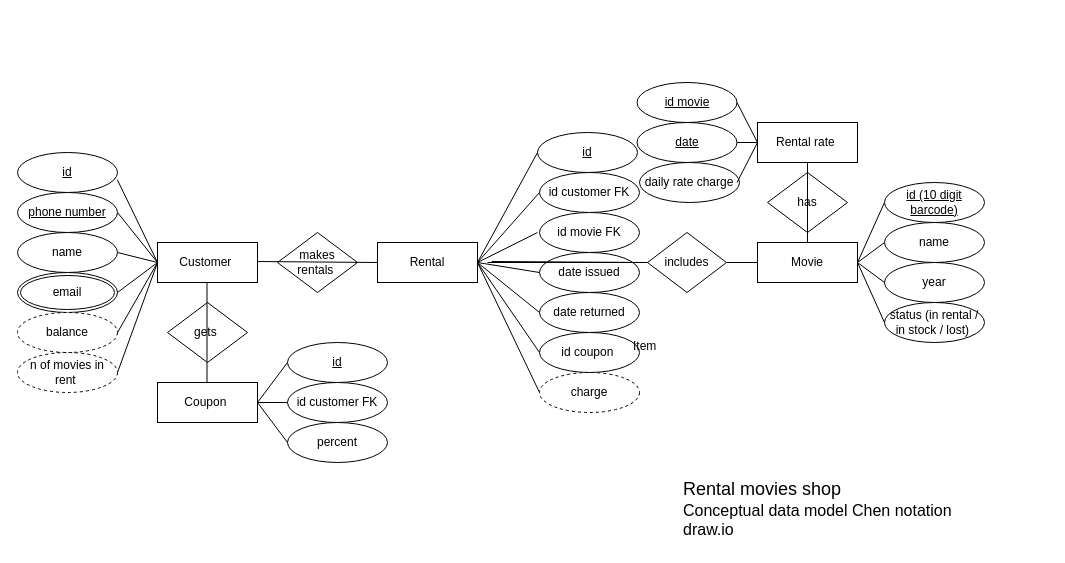
Earlier version of the draw.io diagram conceptual  rental movie shop.drawio (boudzela/data_model_rental_movie_shop). Source tidied: cells renumbered, new cells numbered last; positions are measured from the earlier drawing's top-left corner, leaving out a move shared by most shapes. Both pictures are drawn from the tidied source at 100%, with x=0, y=0 at pixel (17, 82).
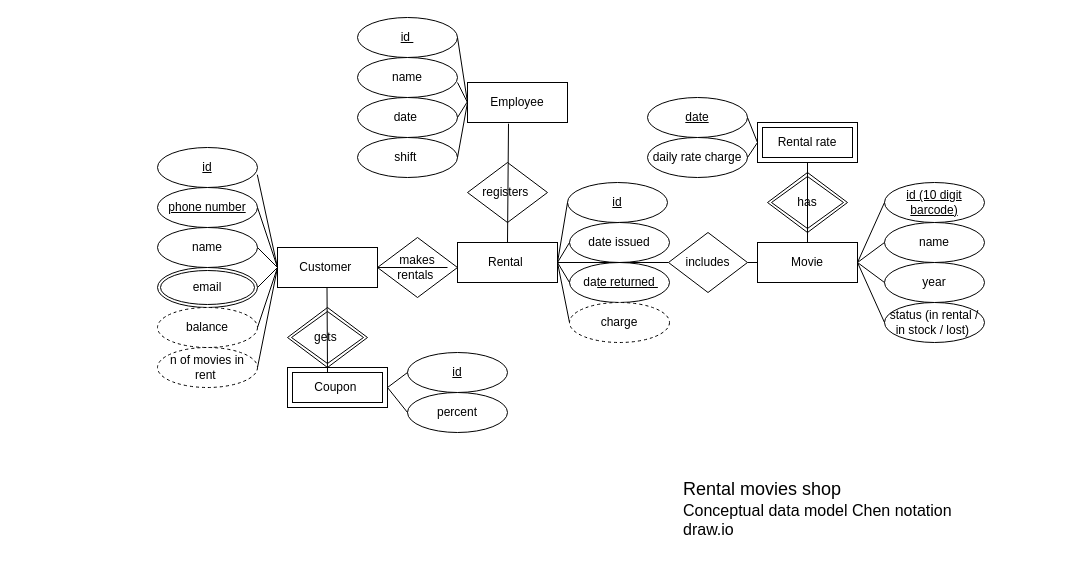
Above is the later version.

Diff of the diagram source:
```diff
@@
     <mxCell id="2" value="Customer&amp;nbsp;" style="whiteSpace=wrap;html=1;align=center;" parent="1" vertex="1">
-      <mxGeometry x="140" y="160" width="100" height="40" as="geometry" />
+      <mxGeometry x="260" y="165" width="100" height="40" as="geometry" />
     </mxCell>
@@
     <mxCell id="4" value="id" style="ellipse;whiteSpace=wrap;html=1;align=center;fontStyle=4;" parent="1" vertex="1">
-      <mxGeometry y="70" width="100" height="40" as="geometry" />
+      <mxGeometry x="140" y="65" width="100" height="40" as="geometry" />
     </mxCell>
     <mxCell id="5" value="phone number" style="ellipse;whiteSpace=wrap;html=1;align=center;fontStyle=4;" parent="1" vertex="1">
-      <mxGeometry y="110" width="100" height="40" as="geometry" />
+      <mxGeometry x="140" y="105" width="100" height="40" as="geometry" />
     </mxCell>
     <mxCell id="6" value="name" style="ellipse;whiteSpace=wrap;html=1;align=center;" parent="1" vertex="1">
-      <mxGeometry y="150" width="100" height="40" as="geometry" />
+      <mxGeometry x="140" y="145" width="100" height="40" as="geometry" />
     </mxCell>
     <mxCell id="7" value="email" style="ellipse;shape=doubleEllipse;margin=3;whiteSpace=wrap;html=1;align=center;" parent="1" vertex="1">
-      <mxGeometry y="190" width="100" height="40" as="geometry" />
+      <mxGeometry x="140" y="185" width="100" height="40" as="geometry" />
     </mxCell>
     <mxCell id="8" style="endArrow=none;html=1;rounded=0;entryX=0;entryY=0.5;entryDx=0;entryDy=0;exitX=0.998;exitY=0.68;exitDx=0;exitDy=0;exitPerimeter=0;" parent="1" edge="1" source="4">
       <mxGeometry relative="1" as="geometry">
-        <mxPoint x="140" y="180" as="targetPoint" />
+        <mxPoint x="260" y="185" as="targetPoint" />
       </mxGeometry>
     </mxCell>
     <mxCell id="9" style="endArrow=none;html=1;rounded=0;exitX=1;exitY=0.5;exitDx=0;exitDy=0;" parent="1" edge="1" source="5">
       <mxGeometry relative="1" as="geometry">
-        <mxPoint x="140" y="180" as="targetPoint" />
+        <mxPoint x="260" y="185" as="targetPoint" />
       </mxGeometry>
     </mxCell>
     <mxCell id="10" style="endArrow=none;html=1;rounded=0;exitX=1;exitY=0.5;exitDx=0;exitDy=0;entryX=0;entryY=0.5;entryDx=0;entryDy=0;" parent="1" edge="1" source="6">
       <mxGeometry relative="1" as="geometry">
-        <mxPoint x="140" y="180" as="targetPoint" />
+        <mxPoint x="260" y="185" as="targetPoint" />
       </mxGeometry>
     </mxCell>
     <mxCell id="11" style="endArrow=none;html=1;rounded=0;entryX=0;entryY=0.5;entryDx=0;entryDy=0;exitX=1;exitY=0.5;exitDx=0;exitDy=0;" parent="1" edge="1" source="7">
       <mxGeometry relative="1" as="geometry">
-        <mxPoint x="140" y="180" as="targetPoint" />
+        <mxPoint x="260" y="185" as="targetPoint" />
       </mxGeometry>
     </mxCell>
@@
-    <mxCell id="20" value="Coupon&amp;nbsp;" style="whiteSpace=wrap;html=1;align=center;" parent="1" vertex="1">
-      <mxGeometry x="140" y="300" width="100" height="40" as="geometry" />
+    <mxCell id="20" value="Coupon&amp;nbsp;" style="shape=ext;margin=3;double=1;whiteSpace=wrap;html=1;align=center;" parent="1" vertex="1">
+      <mxGeometry x="270" y="285" width="100" height="40" as="geometry" />
     </mxCell>
     <mxCell id="21" value="id" style="ellipse;whiteSpace=wrap;html=1;align=center;fontStyle=4;" parent="1" vertex="1">
-      <mxGeometry x="270" y="260" width="100" height="40" as="geometry" />
+      <mxGeometry x="390" y="270" width="100" height="40" as="geometry" />
     </mxCell>
     <mxCell id="22" value="percent" style="ellipse;whiteSpace=wrap;html=1;align=center;" parent="1" vertex="1">
-      <mxGeometry x="270" y="340" width="100" height="40" as="geometry" />
+      <mxGeometry x="390" y="310" width="100" height="40" as="geometry" />
     </mxCell>
-    <mxCell id="23" style="endArrow=none;html=1;rounded=0;entryX=0;entryY=0.5;entryDx=0;entryDy=0;exitX=1;exitY=0.5;exitDx=0;exitDy=0;" parent="1" edge="1" source="20" target="21">
-      <mxGeometry relative="1" as="geometry" />
+    <mxCell id="23" style="endArrow=none;html=1;rounded=0;entryX=0;entryY=0.5;entryDx=0;entryDy=0;exitX=1;exitY=0.5;exitDx=0;exitDy=0;" parent="1" edge="1" source="20">
+      <mxGeometry relative="1" as="geometry">
+        <mxPoint x="390" y="290" as="targetPoint" />
+      </mxGeometry>
     </mxCell>
@@
-    <mxCell id="25" value="id customer FK" style="ellipse;whiteSpace=wrap;html=1;align=center;" parent="1" vertex="1">
-      <mxGeometry x="270" y="300" width="100" height="40" as="geometry" />
-    </mxCell>
-    <mxCell id="26" value="Rental rate&amp;nbsp;" style="whiteSpace=wrap;html=1;align=center;" parent="1" vertex="1">
+    <mxCell id="26" value="Rental rate" style="shape=ext;margin=3;double=1;whiteSpace=wrap;html=1;align=center;" parent="1" vertex="1">
       <mxGeometry x="740" y="40" width="100" height="40" as="geometry" />
     </mxCell>
-    <mxCell id="27" value="id movie" style="ellipse;whiteSpace=wrap;html=1;align=center;fontStyle=4;" parent="1" vertex="1">
-      <mxGeometry x="619.5" width="100" height="40" as="geometry" />
-    </mxCell>
     <mxCell id="28" value="date" style="ellipse;whiteSpace=wrap;html=1;align=center;fontStyle=4;" parent="1" vertex="1">
-      <mxGeometry x="619.5" y="40" width="100" height="40" as="geometry" />
+      <mxGeometry x="630" y="15" width="100" height="40" as="geometry" />
     </mxCell>
     <mxCell id="29" value="daily rate charge" style="ellipse;whiteSpace=wrap;html=1;align=center;" parent="1" vertex="1">
-      <mxGeometry x="622" y="80" width="100" height="40" as="geometry" />
+      <mxGeometry x="630" y="55" width="100" height="40" as="geometry" />
     </mxCell>
-    <mxCell id="30" style="endArrow=none;html=1;rounded=0;entryX=1;entryY=0.5;entryDx=0;entryDy=0;exitX=0;exitY=0.5;exitDx=0;exitDy=0;" parent="1" edge="1" source="26">
-      <mxGeometry relative="1" as="geometry">
-        <mxPoint x="719.5" y="20" as="targetPoint" />
-      </mxGeometry>
-    </mxCell>
-    <mxCell id="31" style="line;strokeWidth=1;dashed=0;labelPosition=right;align=left;verticalAlign=middle;spacingTop=0;spacingLeft=6;" parent="1" vertex="1">
-      <mxGeometry x="719.5" y="55" width="20.5" height="10" as="geometry" />
-    </mxCell>
-    <mxCell id="32" style="endArrow=none;html=1;rounded=0;entryX=1;entryY=0.5;entryDx=0;entryDy=0;exitX=0;exitY=0.5;exitDx=0;exitDy=0;" parent="1" edge="1" source="26">
-      <mxGeometry relative="1" as="geometry">
-        <mxPoint x="719.5" y="100" as="targetPoint" />
-      </mxGeometry>
-    </mxCell>
-    <mxCell id="33" value="Rental" style="whiteSpace=wrap;html=1;align=center;" parent="1" vertex="1">
-      <mxGeometry x="360" y="160" width="100" height="40" as="geometry" />
-    </mxCell>
-    <mxCell id="34" value="id movie FK" style="ellipse;whiteSpace=wrap;html=1;align=center;" parent="1" vertex="1">
-      <mxGeometry x="522" y="130" width="100" height="40" as="geometry" />
-    </mxCell>
     <mxCell id="35" value="id" style="ellipse;whiteSpace=wrap;html=1;align=center;fontStyle=4;" parent="1" vertex="1">
-      <mxGeometry x="520" y="50" width="100" height="40" as="geometry" />
+      <mxGeometry x="550" y="100" width="100" height="40" as="geometry" />
     </mxCell>
     <mxCell id="36" value="date issued" style="ellipse;whiteSpace=wrap;html=1;align=center;" parent="1" vertex="1">
-      <mxGeometry x="522" y="170" width="100" height="40" as="geometry" />
+      <mxGeometry x="552" y="140" width="100" height="40" as="geometry" />
     </mxCell>
     <mxCell id="37" value="date returned" style="ellipse;whiteSpace=wrap;html=1;align=center;" parent="1" vertex="1">
-      <mxGeometry x="522" y="210" width="100" height="40" as="geometry" />
+      <mxGeometry x="552" y="180" width="100" height="40" as="geometry" />
     </mxCell>
     <mxCell id="38" value="balance" style="ellipse;whiteSpace=wrap;html=1;align=center;dashed=1;" parent="1" vertex="1">
-      <mxGeometry y="230" width="100" height="40" as="geometry" />
+      <mxGeometry x="140" y="225" width="100" height="40" as="geometry" />
     </mxCell>
     <mxCell id="39" value="n of movies in rent&amp;nbsp;" style="ellipse;whiteSpace=wrap;html=1;align=center;dashed=1;" parent="1" vertex="1">
-      <mxGeometry y="270" width="100" height="40" as="geometry" />
+      <mxGeometry x="140" y="265" width="100" height="40" as="geometry" />
     </mxCell>
-    <mxCell id="40" value="id customer FK" style="ellipse;whiteSpace=wrap;html=1;align=center;" parent="1" vertex="1">
-      <mxGeometry x="522" y="90" width="100" height="40" as="geometry" />
-    </mxCell>
     <mxCell id="41" value="charge" style="ellipse;whiteSpace=wrap;html=1;align=center;dashed=1;" parent="1" vertex="1">
-      <mxGeometry x="522" y="290" width="100" height="40" as="geometry" />
+      <mxGeometry x="552" y="220" width="100" height="40" as="geometry" />
     </mxCell>
-    <mxCell id="42" value="id coupon&amp;nbsp;" style="ellipse;whiteSpace=wrap;html=1;align=center;" parent="1" vertex="1">
-      <mxGeometry x="522" y="250" width="100" height="40" as="geometry" />
-    </mxCell>
-    <mxCell id="43" style="endArrow=none;html=1;rounded=0;entryX=0;entryY=0.5;entryDx=0;entryDy=0;" parent="1" edge="1" target="35">
-      <mxGeometry relative="1" as="geometry">
-        <mxPoint x="460" y="180" as="sourcePoint" />
-      </mxGeometry>
+    <mxCell id="43" style="endArrow=none;html=1;rounded=0;entryX=0;entryY=0.5;entryDx=0;entryDy=0;exitX=1;exitY=0.5;exitDx=0;exitDy=0;" parent="1" edge="1" source="33" target="35">
+      <mxGeometry relative="1" as="geometry" />
     </mxCell>
-    <mxCell id="44" style="endArrow=none;html=1;rounded=0;entryX=0;entryY=0.5;entryDx=0;entryDy=0;" parent="1" edge="1" target="40">
-      <mxGeometry relative="1" as="geometry">
-        <mxPoint x="460" y="180" as="sourcePoint" />
-      </mxGeometry>
-    </mxCell>
-    <mxCell id="45" style="endArrow=none;html=1;rounded=0;" parent="1" edge="1">
-      <mxGeometry relative="1" as="geometry">
-        <mxPoint x="460" y="180" as="sourcePoint" />
-        <mxPoint x="520" y="150" as="targetPoint" />
-      </mxGeometry>
-    </mxCell>
@@
-    <mxCell id="48" style="endArrow=none;html=1;rounded=0;entryX=0;entryY=0.5;entryDx=0;entryDy=0;" parent="1" edge="1" target="42">
-      <mxGeometry relative="1" as="geometry">
-        <mxPoint x="460" y="180" as="sourcePoint" />
-      </mxGeometry>
-    </mxCell>
-    <mxCell id="49" style="endArrow=none;html=1;rounded=0;entryX=0;entryY=0.5;entryDx=0;entryDy=0;" parent="1" edge="1" target="41">
-      <mxGeometry relative="1" as="geometry">
-        <mxPoint x="460" y="180" as="sourcePoint" />
-      </mxGeometry>
+    <mxCell id="49" style="endArrow=none;html=1;rounded=0;entryX=0;entryY=0.5;entryDx=0;entryDy=0;exitX=1;exitY=0.5;exitDx=0;exitDy=0;" parent="1" edge="1" source="33" target="41">
+      <mxGeometry relative="1" as="geometry" />
     </mxCell>
     <mxCell id="50" style="endArrow=none;html=1;rounded=0;entryX=0;entryY=0.5;entryDx=0;entryDy=0;exitX=1;exitY=0.5;exitDx=0;exitDy=0;" parent="1" edge="1" source="38">
       <mxGeometry relative="1" as="geometry">
-        <mxPoint x="140" y="180" as="targetPoint" />
+        <mxPoint x="260" y="185" as="targetPoint" />
       </mxGeometry>
     </mxCell>
     <mxCell id="51" style="endArrow=none;html=1;rounded=0;exitX=1;exitY=0.5;exitDx=0;exitDy=0;" parent="1" edge="1" source="39">
       <mxGeometry relative="1" as="geometry">
-        <mxPoint x="140" y="180" as="targetPoint" />
+        <mxPoint x="260" y="185" as="targetPoint" />
       </mxGeometry>
     </mxCell>
     <mxCell id="52" value="makes rentals&amp;nbsp;" style="shape=rhombus;perimeter=rhombusPerimeter;whiteSpace=wrap;html=1;align=center;" parent="1" vertex="1">
-      <mxGeometry x="260" y="150" width="80" height="60" as="geometry" />
+      <mxGeometry x="360" y="155" width="80" height="60" as="geometry" />
     </mxCell>
-    <mxCell id="53" style="endArrow=none;html=1;rounded=0;" parent="1" edge="1">
-      <mxGeometry relative="1" as="geometry">
-        <mxPoint x="470" y="180" as="sourcePoint" />
-        <mxPoint x="630" y="180" as="targetPoint" />
-      </mxGeometry>
-    </mxCell>
@@
-    <mxCell id="55" style="endArrow=none;html=1;rounded=0;entryX=0;entryY=0.5;entryDx=0;entryDy=0;" parent="1" edge="1" target="25">
-      <mxGeometry relative="1" as="geometry">
-        <mxPoint x="240" y="320" as="sourcePoint" />
-      </mxGeometry>
-    </mxCell>
-    <mxCell id="56" style="endArrow=none;html=1;rounded=0;" parent="1" edge="1">
+    <mxCell id="56" style="endArrow=none;html=1;rounded=0;exitX=0;exitY=0.5;exitDx=0;exitDy=0;" parent="1" edge="1" source="52">
       <mxGeometry relative="1" as="geometry">
-        <mxPoint x="240" y="179" as="sourcePoint" />
-        <mxPoint x="360" y="180" as="targetPoint" />
+        <mxPoint x="430" y="185" as="targetPoint" />
       </mxGeometry>
     </mxCell>
-    <mxCell id="57" style="endArrow=none;html=1;rounded=0;entryX=0;entryY=0.5;entryDx=0;entryDy=0;" parent="1" edge="1" target="58">
-      <mxGeometry relative="1" as="geometry">
-        <mxPoint x="474" y="179" as="sourcePoint" />
-      </mxGeometry>
+    <mxCell id="57" style="endArrow=none;html=1;rounded=0;entryX=0;entryY=0.5;entryDx=0;entryDy=0;" parent="1" edge="1" source="33" target="58">
+      <mxGeometry relative="1" as="geometry" />
     </mxCell>
     <mxCell id="58" value="includes" style="shape=rhombus;perimeter=rhombusPerimeter;whiteSpace=wrap;html=1;align=center;" parent="1" vertex="1">
-      <mxGeometry x="630" y="150" width="79" height="60" as="geometry" />
+      <mxGeometry x="651" y="150" width="79" height="60" as="geometry" />
     </mxCell>
-    <mxCell id="59" value="gets&amp;nbsp;" style="shape=rhombus;perimeter=rhombusPerimeter;whiteSpace=wrap;html=1;align=center;" parent="1" vertex="1">
-      <mxGeometry x="150" y="220" width="80" height="60" as="geometry" />
+    <mxCell id="59" value="gets&amp;nbsp;" style="shape=rhombus;double=1;perimeter=rhombusPerimeter;whiteSpace=wrap;html=1;align=center;" parent="1" vertex="1">
+      <mxGeometry x="270" y="225" width="80" height="60" as="geometry" />
     </mxCell>
-    <mxCell id="60" value="has" style="shape=rhombus;perimeter=rhombusPerimeter;whiteSpace=wrap;html=1;align=center;" parent="1" vertex="1">
+    <mxCell id="60" value="has" style="shape=rhombus;double=1;perimeter=rhombusPerimeter;whiteSpace=wrap;html=1;align=center;" parent="1" vertex="1">
       <mxGeometry x="750" y="90" width="80" height="60" as="geometry" />
     </mxCell>
     <mxCell id="61" style="endArrow=none;html=1;rounded=0;" parent="1" edge="1">
       <mxGeometry relative="1" as="geometry">
-        <mxPoint x="189.5" y="200" as="sourcePoint" />
-        <mxPoint x="189.5" y="300" as="targetPoint" />
+        <mxPoint x="309.5" y="205" as="sourcePoint" />
+        <mxPoint x="310" y="290" as="targetPoint" />
       </mxGeometry>
     </mxCell>
@@
-    <mxCell id="63" value="Item" style="text;strokeColor=none;fillColor=none;spacingLeft=4;spacingRight=4;overflow=hidden;fontSize=12;whiteSpace=wrap;html=1;" parent="1" vertex="1">
-      <mxGeometry x="610" y="250" width="40" height="30" as="geometry" />
-    </mxCell>
@@
+    <mxCell id="65" style="endArrow=none;html=1;rounded=0;entryX=0;entryY=0.5;entryDx=0;entryDy=0;exitX=1;exitY=0.5;exitDx=0;exitDy=0;" parent="1" edge="1" source="29" target="26">
+      <mxGeometry relative="1" as="geometry" />
+    </mxCell>
+    <mxCell id="66" style="endArrow=none;html=1;rounded=0;exitX=1;exitY=0.5;exitDx=0;exitDy=0;" parent="1" edge="1" source="28">
+      <mxGeometry relative="1" as="geometry">
+        <mxPoint x="740" y="60" as="targetPoint" />
+      </mxGeometry>
+    </mxCell>
+    <mxCell id="67" value="Employee" style="whiteSpace=wrap;html=1;align=center;" parent="1" vertex="1">
+      <mxGeometry x="450" width="100" height="40" as="geometry" />
+    </mxCell>
+    <mxCell id="68" value="registers&amp;nbsp;" style="shape=rhombus;perimeter=rhombusPerimeter;whiteSpace=wrap;html=1;align=center;" parent="1" vertex="1">
+      <mxGeometry x="450" y="80" width="80" height="60" as="geometry" />
+    </mxCell>
+    <mxCell id="69" style="line;strokeWidth=1;dashed=0;labelPosition=right;align=left;verticalAlign=middle;spacingTop=0;spacingLeft=6;" parent="1" vertex="1">
+      <mxGeometry x="580" y="200" width="60" height="10" as="geometry" />
+    </mxCell>
+    <mxCell id="70" style="endArrow=none;html=1;rounded=0;entryX=0.5;entryY=0;entryDx=0;entryDy=0;exitX=0.41;exitY=1.03;exitDx=0;exitDy=0;exitPerimeter=0;" parent="1" edge="1" source="67" target="33">
+      <mxGeometry relative="1" as="geometry" />
+    </mxCell>
+    <mxCell id="71" value="id&amp;nbsp;" style="ellipse;whiteSpace=wrap;html=1;align=center;fontStyle=4;" parent="1" vertex="1">
+      <mxGeometry x="340" y="-65" width="100" height="40" as="geometry" />
+    </mxCell>
+    <mxCell id="72" value="name" style="ellipse;whiteSpace=wrap;html=1;align=center;" parent="1" vertex="1">
+      <mxGeometry x="340" y="-25" width="100" height="40" as="geometry" />
+    </mxCell>
+    <mxCell id="73" value="date&amp;nbsp;" style="ellipse;whiteSpace=wrap;html=1;align=center;" parent="1" vertex="1">
+      <mxGeometry x="340" y="15" width="100" height="40" as="geometry" />
+    </mxCell>
+    <mxCell id="74" value="shift&amp;nbsp;" style="ellipse;whiteSpace=wrap;html=1;align=center;" parent="1" vertex="1">
+      <mxGeometry x="340" y="55" width="100" height="40" as="geometry" />
+    </mxCell>
+    <mxCell id="75" style="line;strokeWidth=1;dashed=0;labelPosition=right;align=left;verticalAlign=middle;spacingTop=0;spacingLeft=6;" parent="1" vertex="1">
+      <mxGeometry x="580" y="200" width="60" height="10" as="geometry" />
+    </mxCell>
+    <mxCell id="76" style="line;strokeWidth=1;dashed=0;labelPosition=right;align=left;verticalAlign=middle;spacingTop=0;spacingLeft=6;" parent="1" vertex="1">
+      <mxGeometry x="580" y="200" width="60" height="10" as="geometry" />
+    </mxCell>
+    <mxCell id="77" style="endArrow=none;html=1;rounded=0;exitX=1;exitY=0.5;exitDx=0;exitDy=0;" parent="1" edge="1" source="73">
+      <mxGeometry relative="1" as="geometry">
+        <mxPoint x="450" y="19" as="targetPoint" />
+      </mxGeometry>
+    </mxCell>
+    <mxCell id="78" style="endArrow=none;html=1;rounded=0;exitX=1;exitY=0.5;exitDx=0;exitDy=0;" parent="1" edge="1" source="74">
+      <mxGeometry relative="1" as="geometry">
+        <mxPoint x="450" y="20" as="targetPoint" />
+      </mxGeometry>
+    </mxCell>
+    <mxCell id="79" style="endArrow=none;html=1;rounded=0;exitX=1;exitY=0.5;exitDx=0;exitDy=0;" parent="1" edge="1">
+      <mxGeometry relative="1" as="geometry">
+        <mxPoint x="440" as="sourcePoint" />
+        <mxPoint x="450" y="20" as="targetPoint" />
+      </mxGeometry>
+    </mxCell>
+    <mxCell id="80" style="endArrow=none;html=1;rounded=0;entryX=0;entryY=0.5;entryDx=0;entryDy=0;exitX=1;exitY=0.5;exitDx=0;exitDy=0;" parent="1" edge="1" source="71" target="67">
+      <mxGeometry relative="1" as="geometry" />
+    </mxCell>
+    <mxCell id="81" style="endArrow=none;html=1;rounded=0;entryX=0;entryY=0.5;entryDx=0;entryDy=0;" parent="1" edge="1" target="33">
+      <mxGeometry relative="1" as="geometry">
+        <mxPoint x="530" y="180" as="sourcePoint" />
+      </mxGeometry>
+    </mxCell>
+    <mxCell id="33" value="Rental&amp;nbsp;" style="whiteSpace=wrap;html=1;align=center;" parent="1" vertex="1">
+      <mxGeometry x="440" y="160" width="100" height="40" as="geometry" />
+    </mxCell>
```
